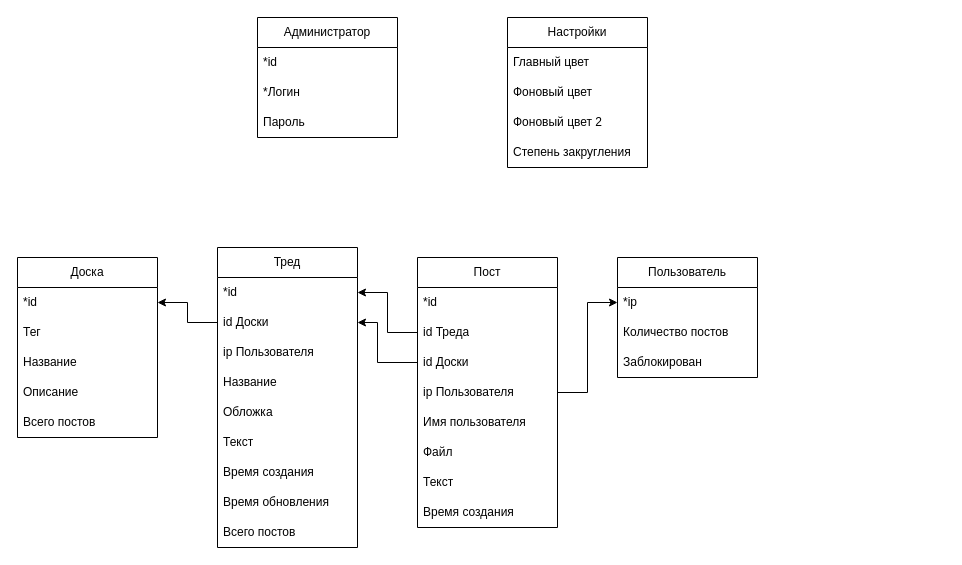
Earlier version of the draw.io diagram relational.drawio (Urvatov/openchan-django). Source tidied: cells renumbered, new cells numbered last; positions are measured from the earlier drawing's top-left corner, leaving out a move shared by most shapes. Both pictures are drawn from the tidied source at 100%, with x=0, y=0 at pixel (17, 17).
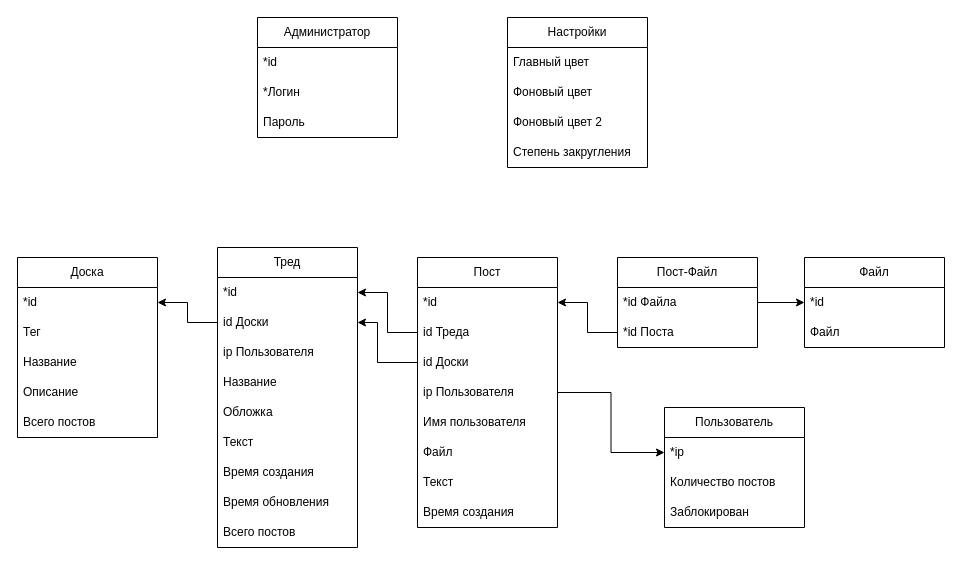
The same diagram, later.

The change refers to these unchanged cells:
```xml
<mxCell id="19" value="*id" style="text;strokeColor=none;fillColor=none;align=left;verticalAlign=middle;spacingLeft=4;spacingRight=4;overflow=hidden;points=[[0,0.5],[1,0.5]];portConstraint=eastwest;whiteSpace=wrap;html=1;" parent="18" vertex="1">
  <mxGeometry y="30" width="140" height="30" as="geometry" />
</mxCell>
```

The edit, as a diff of the source:
```diff
@@
     <mxCell id="31" value="Пользователь" style="swimlane;fontStyle=0;horizontal=1;startSize=30;whiteSpace=wrap;html=1;" parent="1" vertex="1">
-      <mxGeometry x="600" y="240" width="140" height="120" as="geometry" />
+      <mxGeometry x="647" y="390" width="140" height="120" as="geometry" />
     </mxCell>
@@
+    <mxCell id="44" value="Пост-Файл" style="swimlane;fontStyle=0;horizontal=1;startSize=30;whiteSpace=wrap;html=1;" parent="1" vertex="1">
+      <mxGeometry x="600" y="240" width="140" height="90" as="geometry" />
+    </mxCell>
+    <mxCell id="45" value="*id Файла" style="text;strokeColor=none;fillColor=none;align=left;verticalAlign=middle;spacingLeft=4;spacingRight=4;overflow=hidden;points=[[0,0.5],[1,0.5]];portConstraint=eastwest;whiteSpace=wrap;html=1;" parent="44" vertex="1">
+      <mxGeometry y="30" width="140" height="30" as="geometry" />
+    </mxCell>
+    <mxCell id="46" value="*id Поста" style="text;strokeColor=none;fillColor=none;align=left;verticalAlign=middle;spacingLeft=4;spacingRight=4;overflow=hidden;points=[[0,0.5],[1,0.5]];portConstraint=eastwest;whiteSpace=wrap;html=1;" parent="44" vertex="1">
+      <mxGeometry y="60" width="140" height="30" as="geometry" />
+    </mxCell>
+    <mxCell id="47" value="Файл" style="swimlane;fontStyle=0;horizontal=1;startSize=30;whiteSpace=wrap;html=1;" parent="1" vertex="1">
+      <mxGeometry x="787" y="240" width="140" height="90" as="geometry" />
+    </mxCell>
+    <mxCell id="48" value="*id" style="text;strokeColor=none;fillColor=none;align=left;verticalAlign=middle;spacingLeft=4;spacingRight=4;overflow=hidden;points=[[0,0.5],[1,0.5]];portConstraint=eastwest;whiteSpace=wrap;html=1;" parent="47" vertex="1">
+      <mxGeometry y="30" width="140" height="30" as="geometry" />
+    </mxCell>
+    <mxCell id="49" value="Файл" style="text;strokeColor=none;fillColor=none;align=left;verticalAlign=middle;spacingLeft=4;spacingRight=4;overflow=hidden;whiteSpace=wrap;html=1;" parent="47" vertex="1">
+      <mxGeometry y="60" width="140" height="30" as="geometry" />
+    </mxCell>
+    <mxCell id="50" style="edgeStyle=orthogonalEdgeStyle;rounded=0;jettySize=auto;html=1;exitX=0;exitY=0.5;exitDx=0;exitDy=0;entryX=1;entryY=0.5;entryDx=0;entryDy=0;" parent="1" edge="1" source="46" target="19">
+      <mxGeometry relative="1" as="geometry" />
+    </mxCell>
+    <mxCell id="51" style="edgeStyle=orthogonalEdgeStyle;rounded=0;jettySize=auto;html=1;exitX=1;exitY=0.5;exitDx=0;exitDy=0;entryX=0;entryY=0.5;entryDx=0;entryDy=0;" parent="1" edge="1" source="45" target="48">
+      <mxGeometry relative="1" as="geometry" />
+    </mxCell>
```
